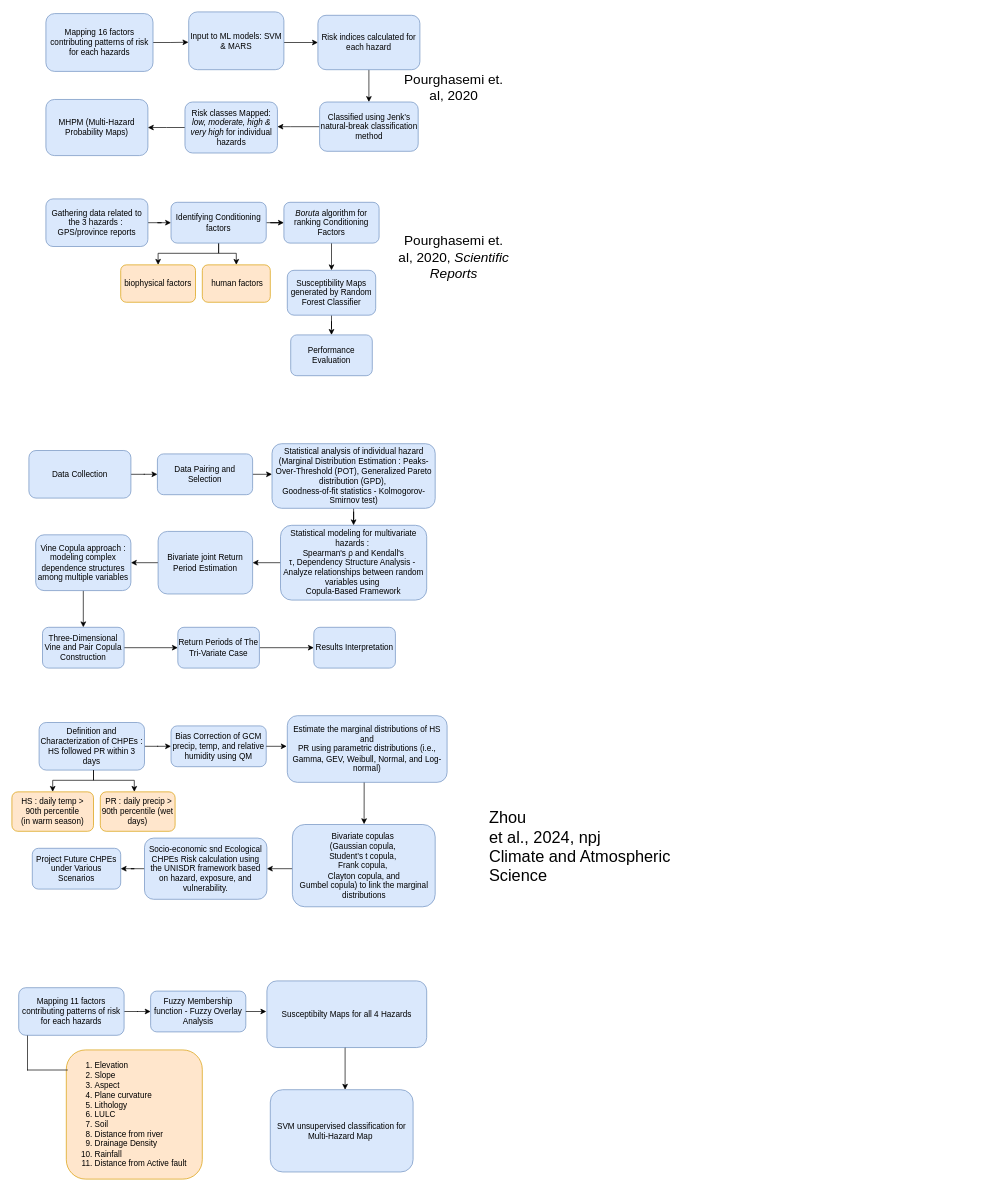
rachitiirs/ICARS keeps this draw.io diagram as ICARS.drawio. Above is the earlier version. Source tidied: cells renumbered, new cells numbered last; positions are measured from the earlier drawing's top-left corner, leaving out a move shared by most shapes. Both pictures are drawn from the tidied source at 68%, with x=0, y=0 at pixel (12, 12).
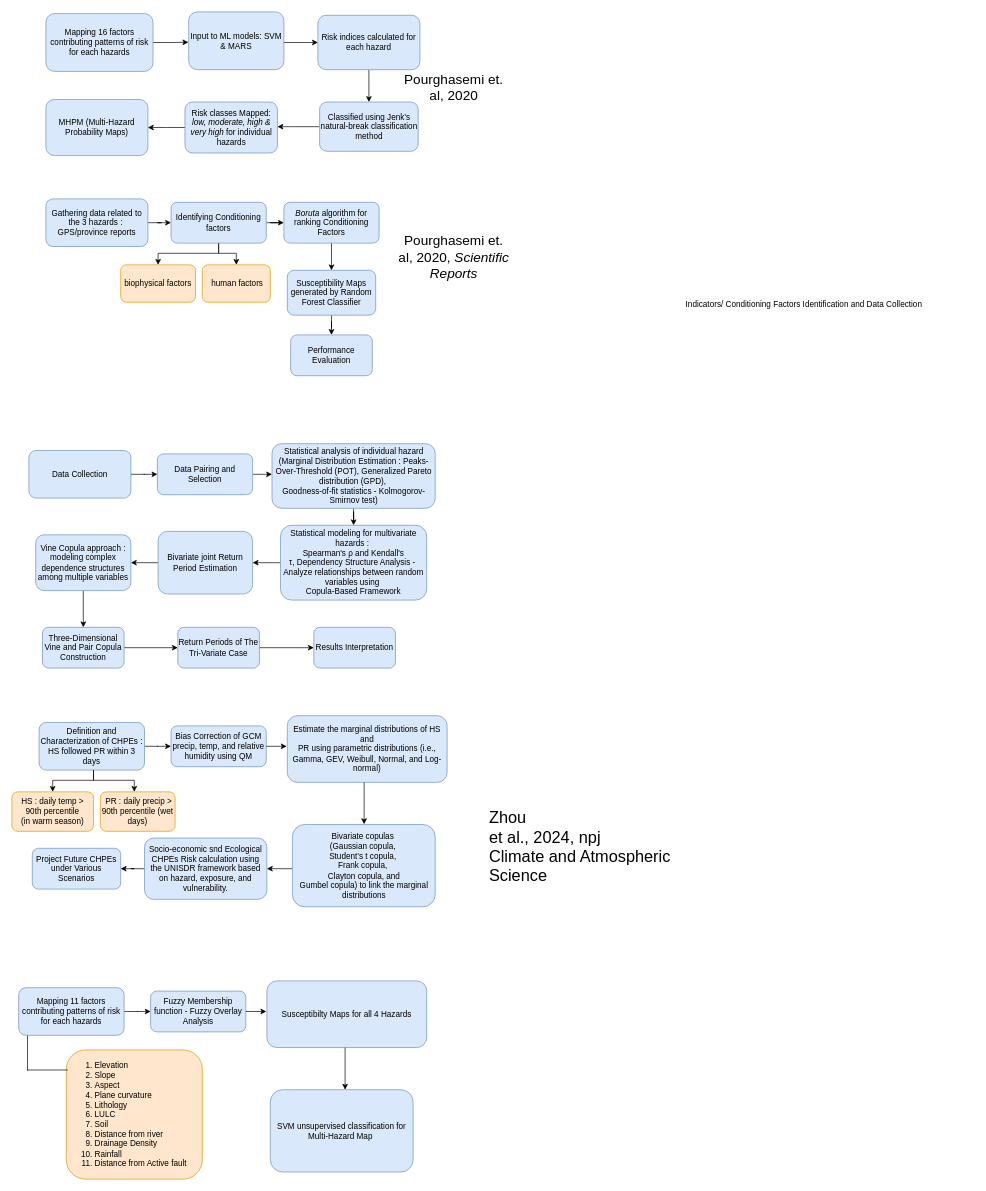
The same diagram, later.

Diff of the diagram source:
```diff
@@
+    <mxCell id="70" value="Indicators/ Conditioning Factors Identification and Data Collection" style="text;html=1;align=center;verticalAlign=middle;whiteSpace=wrap;rounded=0;" parent="1" vertex="1">
+      <mxGeometry x="970" y="416" width="390" height="30" as="geometry" />
+    </mxCell>
+    <mxCell id="71" value="&lt;h1 style=&quot;margin-top: 0px;&quot;&gt;&lt;br&gt;&lt;/h1&gt;&lt;div&gt;&lt;/div&gt;" style="text;html=1;whiteSpace=wrap;overflow=hidden;rounded=0;" parent="1" vertex="1">
+      <mxGeometry x="915" y="395" width="500" height="490" as="geometry" />
+    </mxCell>
```
